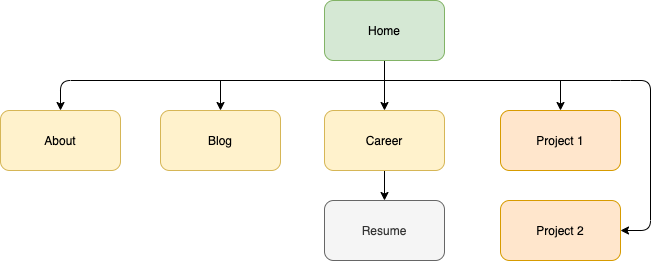
Before: docs/sitemap.png, a diagram exported from draw.io (alam1704/CCC_Coursework). Source tidied: cells renumbered, new cells last; positions are measured from the earlier drawing's top-left corner, leaving out a move shared by most shapes.
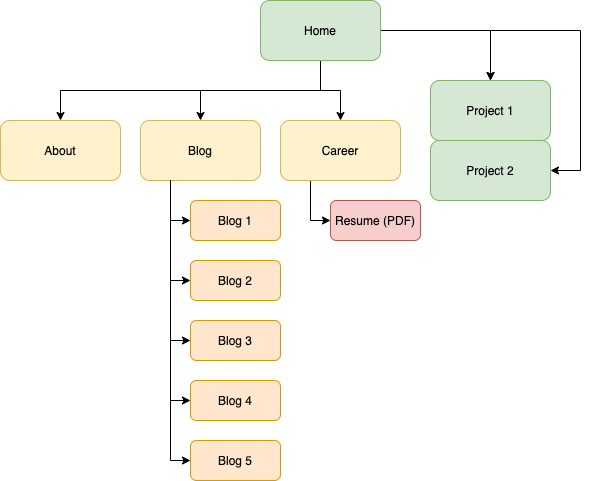
Later version of the same file.

The edit, as a diff of the source:
```diff
@@ -2,60 +2,89 @@
   <root>
     <mxCell id="0" />
     <mxCell id="1" parent="0" />
+    <mxCell id="15" style="edgeStyle=orthogonalEdgeStyle;rounded=0;jettySize=auto;html=1;" parent="1" edge="1" target="6">
+      <mxGeometry relative="1" as="geometry">
+        <mxPoint x="270" y="50" as="sourcePoint" />
+      </mxGeometry>
+    </mxCell>
+    <mxCell id="16" style="edgeStyle=orthogonalEdgeStyle;rounded=0;jettySize=auto;html=1;" parent="1" edge="1" source="5" target="9">
+      <mxGeometry relative="1" as="geometry" />
+    </mxCell>
     <mxCell id="2" style="edgeStyle=orthogonalEdgeStyle;rounded=0;jettySize=auto;html=1;" parent="1" edge="1" source="5" target="8">
       <mxGeometry relative="1" as="geometry" />
     </mxCell>
-    <mxCell id="3" style="edgeStyle=orthogonalEdgeStyle;rounded=0;jettySize=auto;html=1;entryX=0.5;entryY=0;entryDx=0;entryDy=0;" parent="1" edge="1" target="9">
-      <mxGeometry relative="1" as="geometry">
-        <mxPoint x="384" y="80" as="sourcePoint" />
-      </mxGeometry>
-    </mxCell>
-    <mxCell id="4" style="edgeStyle=orthogonalEdgeStyle;rounded=0;jettySize=auto;html=1;" parent="1" edge="1" target="10">
-      <mxGeometry relative="1" as="geometry">
-        <mxPoint x="384" y="80" as="sourcePoint" />
-      </mxGeometry>
-    </mxCell>
+    <mxCell id="17" style="edgeStyle=orthogonalEdgeStyle;rounded=0;jettySize=auto;html=1;" parent="1" edge="1" source="5" target="10">
+      <mxGeometry relative="1" as="geometry" />
+    </mxCell>
+    <mxCell id="18" style="edgeStyle=orthogonalEdgeStyle;rounded=0;jettySize=auto;html=1;" parent="1" edge="1" source="5" target="10">
+      <mxGeometry relative="1" as="geometry" />
+    </mxCell>
+    <mxCell id="19" style="edgeStyle=orthogonalEdgeStyle;rounded=0;jettySize=auto;html=1;entryX=1;entryY=0.5;entryDx=0;entryDy=0;" parent="1" edge="1" source="5" target="12">
+      <mxGeometry relative="1" as="geometry">
+        <Array as="points">
+          <mxPoint x="650" y="-10" />
+          <mxPoint x="650" y="130" />
+        </Array>
+      </mxGeometry>
+    </mxCell>
     <mxCell id="5" value="Home" style="rounded=1;whiteSpace=wrap;html=1;fillColor=#d5e8d4;strokeColor=#82b366;" parent="1" vertex="1">
-      <mxGeometry x="324" width="120" height="60" as="geometry" />
+      <mxGeometry x="330" y="-40" width="120" height="60" as="geometry" />
     </mxCell>
-    <mxCell id="6" value="About" style="rounded=1;whiteSpace=wrap;html=1;fillColor=#fff2cc;strokeColor=#d6b656;" parent="1" vertex="1">
-      <mxGeometry y="110" width="120" height="60" as="geometry" />
+    <mxCell id="6" value="About" style="whiteSpace=wrap;html=1;rounded=1;fillColor=#fff2cc;strokeColor=#d6b656;" parent="1" vertex="1">
+      <mxGeometry x="70" y="80" width="120" height="60" as="geometry" />
     </mxCell>
-    <mxCell id="7" style="edgeStyle=orthogonalEdgeStyle;rounded=0;jettySize=auto;html=1;" parent="1" edge="1" source="8" target="14">
-      <mxGeometry relative="1" as="geometry" />
-    </mxCell>
+    <mxCell id="20" style="edgeStyle=orthogonalEdgeStyle;rounded=0;jettySize=auto;html=1;exitX=0.25;exitY=1;exitDx=0;exitDy=0;entryX=0;entryY=0.5;entryDx=0;entryDy=0;" parent="1" edge="1" source="9" target="21">
+      <mxGeometry relative="1" as="geometry" />
+    </mxCell>
+    <mxCell id="9" value="Blog" style="whiteSpace=wrap;html=1;rounded=1;fillColor=#fff2cc;strokeColor=#d6b656;" parent="1" vertex="1">
+      <mxGeometry x="210" y="80" width="120" height="60" as="geometry" />
+    </mxCell>
+    <mxCell id="21" value="Blog 1" style="whiteSpace=wrap;html=1;rounded=1;fillColor=#ffe6cc;strokeColor=#d79b00;" parent="1" vertex="1">
+      <mxGeometry x="260" y="160" width="90" height="40" as="geometry" />
+    </mxCell>
+    <mxCell id="22" value="Blog 2" style="whiteSpace=wrap;html=1;rounded=1;fillColor=#ffe6cc;strokeColor=#d79b00;" parent="1" vertex="1">
+      <mxGeometry x="260" y="220" width="90" height="40" as="geometry" />
+    </mxCell>
+    <mxCell id="23" value="Blog 5" style="whiteSpace=wrap;html=1;rounded=1;fillColor=#ffe6cc;strokeColor=#d79b00;" parent="1" vertex="1">
+      <mxGeometry x="260" y="400" width="90" height="40" as="geometry" />
+    </mxCell>
+    <mxCell id="24" value="Blog 4" style="whiteSpace=wrap;html=1;rounded=1;fillColor=#ffe6cc;strokeColor=#d79b00;" parent="1" vertex="1">
+      <mxGeometry x="260" y="340" width="90" height="40" as="geometry" />
+    </mxCell>
+    <mxCell id="25" value="Blog 3" style="whiteSpace=wrap;html=1;rounded=1;fillColor=#ffe6cc;strokeColor=#d79b00;" parent="1" vertex="1">
+      <mxGeometry x="260" y="280" width="90" height="40" as="geometry" />
+    </mxCell>
+    <mxCell id="26" style="edgeStyle=orthogonalEdgeStyle;rounded=0;jettySize=auto;html=1;entryX=0;entryY=0.5;entryDx=0;entryDy=0;" parent="1" edge="1" target="22">
+      <mxGeometry relative="1" as="geometry">
+        <mxPoint x="240" y="180" as="sourcePoint" />
+        <Array as="points">
+          <mxPoint x="240" y="240" />
+        </Array>
+      </mxGeometry>
+    </mxCell>
+    <mxCell id="27" style="edgeStyle=orthogonalEdgeStyle;rounded=0;jettySize=auto;html=1;exitX=0.25;exitY=1;exitDx=0;exitDy=0;entryX=0;entryY=0.5;entryDx=0;entryDy=0;" parent="1" edge="1" source="9" target="25">
+      <mxGeometry relative="1" as="geometry" />
+    </mxCell>
+    <mxCell id="28" style="edgeStyle=orthogonalEdgeStyle;rounded=0;jettySize=auto;html=1;exitX=0.25;exitY=1;exitDx=0;exitDy=0;entryX=0;entryY=0.5;entryDx=0;entryDy=0;" parent="1" edge="1" source="9" target="24">
+      <mxGeometry relative="1" as="geometry" />
+    </mxCell>
+    <mxCell id="29" style="edgeStyle=orthogonalEdgeStyle;rounded=0;jettySize=auto;html=1;exitX=0.25;exitY=1;exitDx=0;exitDy=0;entryX=0;entryY=0.5;entryDx=0;entryDy=0;" parent="1" edge="1" source="9" target="23">
+      <mxGeometry relative="1" as="geometry" />
+    </mxCell>
+    <mxCell id="30" style="edgeStyle=orthogonalEdgeStyle;rounded=0;jettySize=auto;html=1;exitX=0.25;exitY=1;exitDx=0;exitDy=0;entryX=0;entryY=0.5;entryDx=0;entryDy=0;" parent="1" edge="1" source="8" target="31">
+      <mxGeometry relative="1" as="geometry" />
+    </mxCell>
-    <mxCell id="8" value="Career" style="rounded=1;whiteSpace=wrap;html=1;fillColor=#fff2cc;strokeColor=#d6b656;" parent="1" vertex="1">
-      <mxGeometry x="324" y="110" width="120" height="60" as="geometry" />
+    <mxCell id="8" value="Career" style="whiteSpace=wrap;html=1;rounded=1;fillColor=#fff2cc;strokeColor=#d6b656;" parent="1" vertex="1">
+      <mxGeometry x="350" y="80" width="120" height="60" as="geometry" />
     </mxCell>
-    <mxCell id="9" value="Blog" style="whiteSpace=wrap;html=1;rounded=1;fillColor=#fff2cc;strokeColor=#d6b656;" parent="1" vertex="1">
-      <mxGeometry x="160" y="110" width="120" height="60" as="geometry" />
-    </mxCell>
+    <mxCell id="31" value="Resume (PDF)" style="whiteSpace=wrap;html=1;rounded=1;fillColor=#f8cecc;strokeColor=#b85450;" parent="1" vertex="1">
+      <mxGeometry x="400" y="160" width="90" height="40" as="geometry" />
+    </mxCell>
-    <mxCell id="10" value="Project 1&lt;br&gt;" style="whiteSpace=wrap;html=1;rounded=1;fillColor=#ffe6cc;strokeColor=#d79b00;" parent="1" vertex="1">
-      <mxGeometry x="500" y="110" width="120" height="60" as="geometry" />
+    <mxCell id="10" value="Project 1" style="rounded=1;whiteSpace=wrap;html=1;fillColor=#d5e8d4;strokeColor=#82b366;" parent="1" vertex="1">
+      <mxGeometry x="500" y="40" width="120" height="60" as="geometry" />
     </mxCell>
-    <mxCell id="11" style="endArrow=classic;html=1;entryX=0.5;entryY=0;entryDx=0;entryDy=0;" parent="1" edge="1" target="6">
-      <mxGeometry relative="1" as="geometry">
-        <mxPoint x="380" y="80" as="sourcePoint" />
-        <Array as="points">
-          <mxPoint x="60" y="80" />
-        </Array>
-      </mxGeometry>
-    </mxCell>
-    <mxCell id="12" value="Project 2" style="rounded=1;whiteSpace=wrap;html=1;fillColor=#ffe6cc;strokeColor=#d79b00;" parent="1" vertex="1">
-      <mxGeometry x="500" y="200" width="120" height="60" as="geometry" />
+    <mxCell id="12" value="Project 2" style="rounded=1;whiteSpace=wrap;html=1;fillColor=#d5e8d4;strokeColor=#82b366;" parent="1" vertex="1">
+      <mxGeometry x="500" y="100" width="120" height="60" as="geometry" />
     </mxCell>
-    <mxCell id="13" style="endArrow=classic;html=1;entryX=1;entryY=0.5;entryDx=0;entryDy=0;" parent="1" edge="1" target="12">
-      <mxGeometry relative="1" as="geometry">
-        <mxPoint x="490" y="80" as="sourcePoint" />
-        <Array as="points">
-          <mxPoint x="620" y="80" />
-          <mxPoint x="650" y="80" />
-          <mxPoint x="650" y="230" />
-        </Array>
-      </mxGeometry>
-    </mxCell>
-    <mxCell id="14" value="Resume" style="whiteSpace=wrap;html=1;rounded=1;fillColor=#f5f5f5;strokeColor=#666666;fontColor=#333333;" parent="1" vertex="1">
-      <mxGeometry x="324" y="200" width="120" height="60" as="geometry" />
-    </mxCell>
   </root>
 </mxGraphModel>
```
